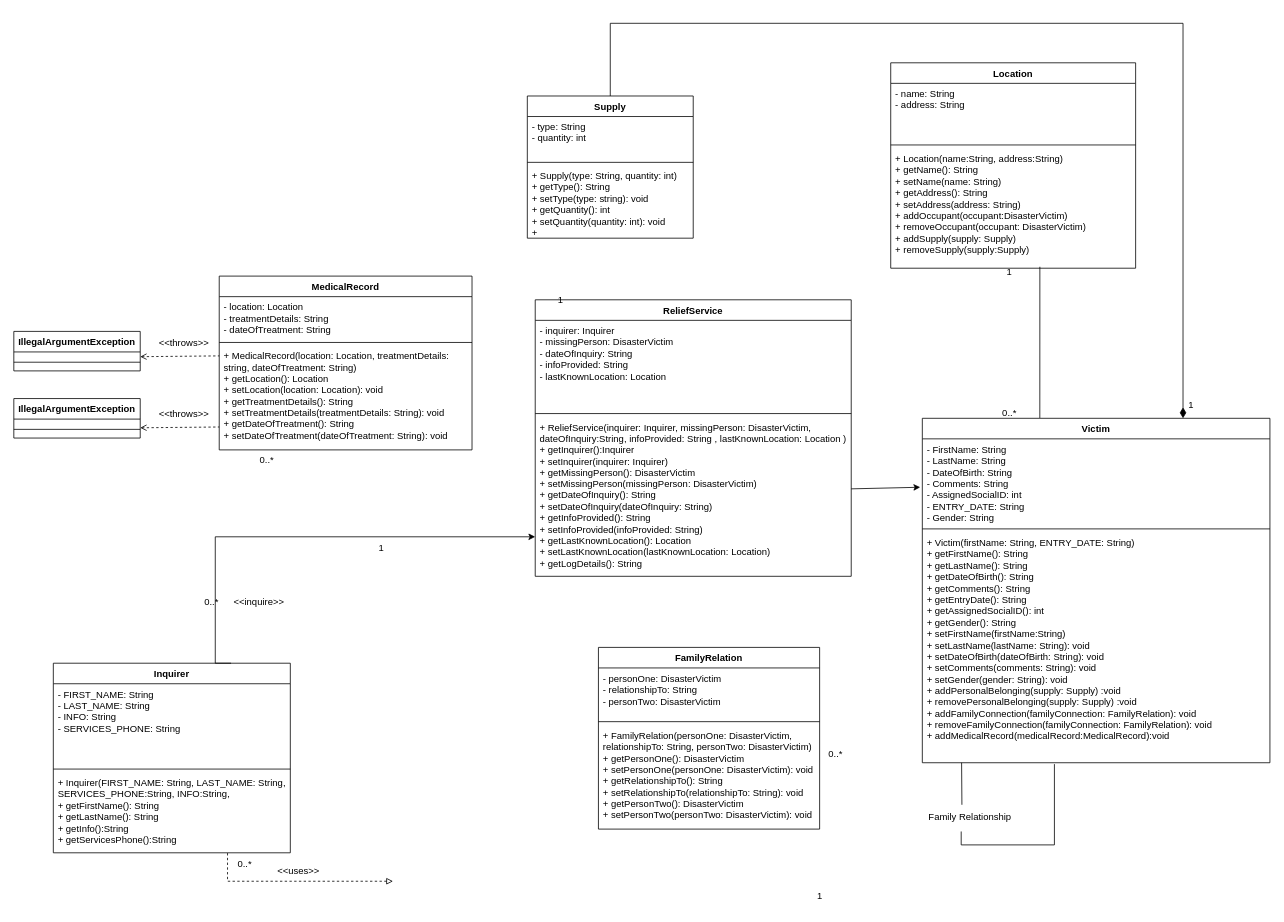
Before: Untitled Diagram.drawio in seanvpham/ENSF380, a draw.io diagram. Source tidied: cells renumbered, new cells numbered last; positions are measured from the earlier drawing's top-left corner, leaving out a move shared by most shapes. Both pictures are drawn from the tidied source at 79%, with x=0, y=0 at pixel (13, 23).
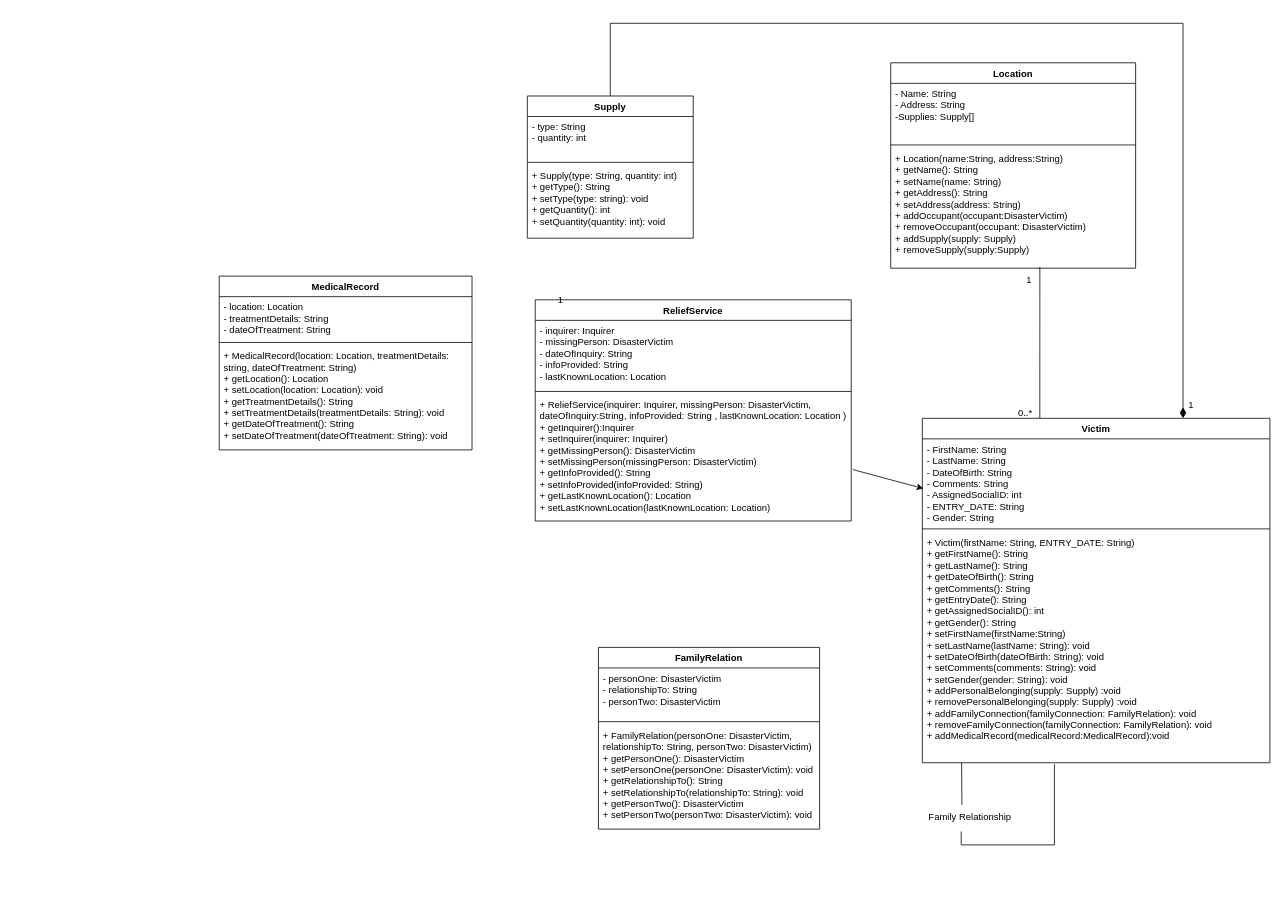
Above is the later version.

Unchanged cells that the change refers to:
```xml
<mxCell id="3" value="- FirstName: String&lt;br&gt;- LastName: String&lt;br&gt;- DateOfBirth: String&lt;br&gt;- Comments: String&lt;br&gt;- AssignedSocialID: int&lt;br&gt;- ENTRY_DATE: String&lt;div&gt;- Gender: String&lt;/div&gt;" style="text;strokeColor=none;fillColor=none;align=left;verticalAlign=top;spacingLeft=4;spacingRight=4;overflow=hidden;points=[[0,0.5],[1,0.5]];portConstraint=eastwest;whiteSpace=wrap;html=1;" parent="2" vertex="1">
  <mxGeometry y="26" width="440" height="110" as="geometry" />
</mxCell>
<mxCell id="14" value="Location" style="swimlane;fontStyle=1;align=center;verticalAlign=top;horizontal=1;startSize=26;whiteSpace=wrap;html=1;" parent="1" vertex="1">
  <mxGeometry x="1110" y="50" width="310" height="260" as="geometry" />
</mxCell>
<mxCell id="18" value="Supply" style="swimlane;fontStyle=1;align=center;verticalAlign=top;horizontal=1;startSize=26;whiteSpace=wrap;html=1;" parent="1" vertex="1">
  <mxGeometry x="650" y="92" width="210" height="180" as="geometry" />
</mxCell>
```

Change to the diagram source:
```diff
@@
     <mxCell id="10" value="ReliefService" style="swimlane;fontStyle=1;align=center;verticalAlign=top;horizontal=1;startSize=26;whiteSpace=wrap;html=1;" parent="1" vertex="1">
-      <mxGeometry x="660" y="350" width="400" height="350" as="geometry" />
+      <mxGeometry x="660" y="350" width="400" height="280" as="geometry" />
     </mxCell>
     <mxCell id="11" value="- inquirer: Inquirer&lt;br&gt;- missingPerson: DisasterVictim&lt;br&gt;- dateOfInquiry: String&lt;br&gt;- infoProvided: String&lt;br&gt;- lastKnownLocation: Location" style="text;strokeColor=none;fillColor=none;align=left;verticalAlign=top;spacingLeft=4;spacingRight=4;overflow=hidden;whiteSpace=wrap;html=1;" parent="10" vertex="1">
-      <mxGeometry y="26" width="400" height="114" as="geometry" />
+      <mxGeometry y="26" width="400" height="86" as="geometry" />
     </mxCell>
     <mxCell id="12" style="line;strokeWidth=1;fillColor=none;align=left;verticalAlign=middle;spacingTop=-1;spacingLeft=3;spacingRight=3;labelPosition=right;strokeColor=inherit;" parent="10" vertex="1">
-      <mxGeometry y="140" width="400" height="8" as="geometry" />
+      <mxGeometry y="112" width="400" height="8" as="geometry" />
     </mxCell>
-    <mxCell id="13" value="+ ReliefService(inquirer: Inquirer, missingPerson: DisasterVictim,&lt;br/&gt;dateOfInquiry:String, infoProvided: String , lastKnownLocation: Location )&lt;br/&gt;+ getInquirer():Inquirer&lt;br/&gt;+ setInquirer(inquirer: Inquirer)&lt;br/&gt;+ getMissingPerson(): DisasterVictim&lt;br/&gt;+ setMissingPerson(missingPerson: DisasterVictim)&lt;br/&gt;+ getDateOfInquiry(): String&lt;br/&gt;+ setDateOfInquiry(dateOfInquiry: String)&lt;br/&gt;+ getInfoProvided(): String&lt;br/&gt;+ setInfoProvided(infoProvided: String)&lt;br/&gt;+ getLastKnownLocation(): Location&lt;br/&gt;+ setLastKnownLocation(lastKnownLocation: Location)&lt;br/&gt;+ getLogDetails(): String" style="text;strokeColor=none;fillColor=none;align=left;verticalAlign=top;spacingLeft=4;spacingRight=4;overflow=hidden;points=[[0,0.5],[1,0.5]];portConstraint=eastwest;whiteSpace=wrap;html=1;" parent="10" vertex="1">
-      <mxGeometry y="148" width="400" height="202" as="geometry" />
+    <mxCell id="13" value="+ ReliefService(inquirer: Inquirer, missingPerson: DisasterVictim,&lt;br&gt;dateOfInquiry:String, infoProvided: String , lastKnownLocation: Location )&lt;br&gt;+ getInquirer():Inquirer&lt;br&gt;+ setInquirer(inquirer: Inquirer)&lt;br&gt;+ getMissingPerson(): DisasterVictim&lt;br&gt;+ setMissingPerson(missingPerson: DisasterVictim)&lt;br&gt;+ getInfoProvided(): String&lt;br&gt;+ setInfoProvided(infoProvided: String)&lt;br&gt;+ getLastKnownLocation(): Location&lt;br&gt;+ setLastKnownLocation(lastKnownLocation: Location)" style="text;strokeColor=none;fillColor=none;align=left;verticalAlign=top;spacingLeft=4;spacingRight=4;overflow=hidden;points=[[0,0.5],[1,0.5]];portConstraint=eastwest;whiteSpace=wrap;html=1;" parent="10" vertex="1">
+      <mxGeometry y="120" width="400" height="160" as="geometry" />
     </mxCell>
@@
-    <mxCell id="15" value="- name: String&lt;br&gt;- address: String&lt;br&gt;&lt;div&gt;&lt;br&gt;&lt;/div&gt;" style="text;strokeColor=none;fillColor=none;align=left;verticalAlign=top;spacingLeft=4;spacingRight=4;overflow=hidden;whiteSpace=wrap;html=1;" parent="14" vertex="1">
+    <mxCell id="15" value="- Name: String&lt;br&gt;- Address: String&lt;div&gt;-Supplies: Supply[]&lt;/div&gt;&lt;div&gt;&lt;br&gt;&lt;div&gt;&lt;br&gt;&lt;/div&gt;&lt;/div&gt;" style="text;strokeColor=none;fillColor=none;align=left;verticalAlign=top;spacingLeft=4;spacingRight=4;overflow=hidden;whiteSpace=wrap;html=1;" parent="14" vertex="1">
       <mxGeometry y="26" width="310" height="74" as="geometry" />
     </mxCell>
@@
-    <mxCell id="21" value="+ Supply(type: String, quantity: int)&lt;br&gt;+ getType(): String&lt;br&gt;+ setType(type: string): void&lt;br&gt;+ getQuantity(): int&lt;br&gt;+ setQuantity(quantity: int): void&lt;div&gt;+&lt;/div&gt;" style="text;strokeColor=none;fillColor=none;align=left;verticalAlign=top;spacingLeft=4;spacingRight=4;overflow=hidden;whiteSpace=wrap;html=1;" parent="18" vertex="1">
+    <mxCell id="21" value="+ Supply(type: String, quantity: int)&lt;br&gt;+ getType(): String&lt;br&gt;+ setType(type: string): void&lt;br&gt;+ getQuantity(): int&lt;br&gt;+ setQuantity(quantity: int): void" style="text;strokeColor=none;fillColor=none;align=left;verticalAlign=top;spacingLeft=4;spacingRight=4;overflow=hidden;whiteSpace=wrap;html=1;" parent="18" vertex="1">
       <mxGeometry y="88" width="210" height="92" as="geometry" />
     </mxCell>
-    <mxCell id="22" value="Inquirer" style="swimlane;fontStyle=1;align=center;verticalAlign=top;horizontal=1;startSize=26;whiteSpace=wrap;html=1;" parent="1" vertex="1">
-      <mxGeometry x="50" y="810" width="300" height="240" as="geometry" />
-    </mxCell>
-    <mxCell id="23" value="- FIRST_NAME: String&lt;br&gt;- LAST_NAME: String&lt;br&gt;- INFO: String&lt;br&gt;- SERVICES_PHONE: String" style="text;strokeColor=none;fillColor=none;align=left;verticalAlign=top;spacingLeft=4;spacingRight=4;overflow=hidden;whiteSpace=wrap;html=1;" parent="22" vertex="1">
-      <mxGeometry y="26" width="300" height="104" as="geometry" />
-    </mxCell>
-    <mxCell id="24" style="line;strokeWidth=1;fillColor=none;align=left;verticalAlign=middle;spacingTop=-1;spacingLeft=3;spacingRight=3;labelPosition=right;strokeColor=inherit;" parent="22" vertex="1">
-      <mxGeometry y="130" width="300" height="8" as="geometry" />
-    </mxCell>
-    <mxCell id="25" value="+ Inquirer(FIRST_NAME: String, LAST_NAME: String,&lt;br&gt;SERVICES_PHONE:String, INFO:String,&amp;nbsp;&lt;br&gt;+ getFirstName(): String&lt;br&gt;+ getLastName(): String&lt;br&gt;+ getInfo():String&lt;br&gt;+ getServicesPhone():String&lt;div&gt;&lt;div&gt;&lt;br&gt;&lt;/div&gt;&lt;div&gt;&lt;div&gt;&lt;font color=&quot;#ff8000&quot;&gt;&lt;br&gt;&lt;/font&gt;&lt;/div&gt;&lt;div&gt;&lt;br&gt;&lt;/div&gt;&lt;/div&gt;&lt;/div&gt;" style="text;strokeColor=none;fillColor=none;align=left;verticalAlign=top;spacingLeft=4;spacingRight=4;overflow=hidden;points=[[0,0.5],[1,0.5]];portConstraint=eastwest;whiteSpace=wrap;html=1;" parent="22" vertex="1">
-      <mxGeometry y="138" width="300" height="102" as="geometry" />
-    </mxCell>
@@
-    <mxCell id="30" value="IllegalArgumentException" style="swimlane;fontStyle=1;align=center;verticalAlign=top;horizontal=1;startSize=26;whiteSpace=wrap;html=1;" parent="1" vertex="1">
-      <mxGeometry y="390" width="160" height="50" as="geometry" />
-    </mxCell>
-    <mxCell id="31" value="&amp;nbsp;" style="text;strokeColor=none;fillColor=none;align=left;verticalAlign=top;spacingLeft=4;spacingRight=4;overflow=hidden;points=[[0,0.5],[1,0.5]];portConstraint=eastwest;whiteSpace=wrap;html=1;" parent="30" vertex="1">
-      <mxGeometry y="26" width="160" height="12" as="geometry" />
-    </mxCell>
-    <mxCell id="32" style="line;strokeWidth=1;fillColor=none;align=left;verticalAlign=middle;spacingTop=-1;spacingLeft=3;spacingRight=3;labelPosition=right;strokeColor=inherit;" parent="30" vertex="1">
-      <mxGeometry y="38" width="160" height="2" as="geometry" />
-    </mxCell>
-    <mxCell id="33" value="&amp;nbsp;" style="text;strokeColor=none;fillColor=none;align=left;verticalAlign=top;spacingLeft=4;spacingRight=4;overflow=hidden;whiteSpace=wrap;html=1;" parent="30" vertex="1">
-      <mxGeometry y="40" width="160" height="10" as="geometry" />
-    </mxCell>
-    <mxCell id="34" value="IllegalArgumentException" style="swimlane;fontStyle=1;align=center;verticalAlign=top;horizontal=1;startSize=26;whiteSpace=wrap;html=1;" parent="1" vertex="1">
-      <mxGeometry y="475" width="160" height="50" as="geometry" />
-    </mxCell>
-    <mxCell id="35" value="&amp;nbsp;" style="text;strokeColor=none;fillColor=none;align=left;verticalAlign=top;spacingLeft=4;spacingRight=4;overflow=hidden;whiteSpace=wrap;html=1;" parent="34" vertex="1">
-      <mxGeometry y="26" width="160" height="12" as="geometry" />
-    </mxCell>
-    <mxCell id="36" style="line;strokeWidth=1;fillColor=none;align=left;verticalAlign=middle;spacingTop=-1;spacingLeft=3;spacingRight=3;labelPosition=right;strokeColor=inherit;" parent="34" vertex="1">
-      <mxGeometry y="38" width="160" height="2" as="geometry" />
-    </mxCell>
-    <mxCell id="37" value="&amp;nbsp;" style="text;strokeColor=none;fillColor=none;align=left;verticalAlign=top;spacingLeft=4;spacingRight=4;overflow=hidden;whiteSpace=wrap;html=1;" parent="34" vertex="1">
-      <mxGeometry y="40" width="160" height="10" as="geometry" />
-    </mxCell>
@@
-    <mxCell id="39" style="endArrow=none;startArrow=classic;html=1;rounded=0;endFill=0;edgeStyle=orthogonalEdgeStyle;entryX=0.75;entryY=0;entryDx=0;entryDy=0;" parent="1" edge="1" source="13" target="22">
-      <mxGeometry relative="1" as="geometry">
-        <Array as="points">
-          <mxPoint x="255" y="650" />
-        </Array>
-      </mxGeometry>
-    </mxCell>
-    <mxCell id="40" value="&amp;lt;&amp;lt;inquire&amp;gt;&amp;gt;" style="text;html=1;align=center;verticalAlign=middle;strokeColor=none;fillColor=none;" parent="1" vertex="1">
-      <mxGeometry x="265" y="718" width="90" height="30" as="geometry" />
-    </mxCell>
-    <mxCell id="41" value="0..*" style="text;html=1;align=center;verticalAlign=middle;strokeColor=none;fillColor=none;" parent="1" vertex="1">
-      <mxGeometry x="230" y="718" width="40" height="30" as="geometry" />
-    </mxCell>
-    <mxCell id="42" value="1" style="text;html=1;align=center;verticalAlign=middle;strokeColor=none;fillColor=none;" parent="1" vertex="1">
-      <mxGeometry x="450" y="650" width="30" height="30" as="geometry" />
-    </mxCell>
-    <mxCell id="43" value="1" style="text;html=1;align=center;verticalAlign=middle;strokeColor=none;fillColor=none;" parent="1" vertex="1">
-      <mxGeometry x="1005" y="1090" width="30" height="30" as="geometry" />
-    </mxCell>
-    <mxCell id="44" value="0..*" style="text;html=1;align=center;verticalAlign=middle;strokeColor=none;fillColor=none;" parent="1" vertex="1">
-      <mxGeometry x="1020" y="910" width="40" height="30" as="geometry" />
-    </mxCell>
-    <mxCell id="45" style="endArrow=classic;html=1;rounded=0;entryX=-0.006;entryY=0.557;entryDx=0;entryDy=0;exitX=1;exitY=0.452;exitDx=0;exitDy=0;exitPerimeter=0;entryPerimeter=0;" parent="1" edge="1" source="13" target="3">
+    <mxCell id="45" style="endArrow=classic;html=1;rounded=0;entryX=0.003;entryY=0.572;entryDx=0;entryDy=0;exitX=1.005;exitY=0.593;exitDx=0;exitDy=0;exitPerimeter=0;entryPerimeter=0;" parent="1" edge="1" source="13" target="3">
       <mxGeometry relative="1" as="geometry" />
     </mxCell>
-    <mxCell id="46" style="endArrow=none;dashed=1;html=1;strokeWidth=1;rounded=0;elbow=vertical;exitX=1;exitY=0.5;exitDx=0;exitDy=0;startArrow=open;startFill=0;" parent="1" edge="1" source="31">
-      <mxGeometry relative="1" as="geometry">
-        <mxPoint x="260" y="421" as="targetPoint" />
-      </mxGeometry>
-    </mxCell>
-    <mxCell id="47" value="&amp;lt;&amp;lt;throws&amp;gt;&amp;gt;" style="text;html=1;align=center;verticalAlign=middle;strokeColor=none;fillColor=none;" parent="1" vertex="1">
-      <mxGeometry x="170" y="390" width="90" height="30" as="geometry" />
-    </mxCell>
-    <mxCell id="48" style="endArrow=none;dashed=1;html=1;strokeWidth=1;rounded=0;elbow=vertical;exitX=1;exitY=0.5;exitDx=0;exitDy=0;startArrow=open;startFill=0;" parent="1" edge="1">
-      <mxGeometry relative="1" as="geometry">
-        <mxPoint x="160" y="512" as="sourcePoint" />
-        <mxPoint x="260" y="511" as="targetPoint" />
-      </mxGeometry>
-    </mxCell>
-    <mxCell id="49" value="&amp;lt;&amp;lt;throws&amp;gt;&amp;gt;" style="text;html=1;align=center;verticalAlign=middle;strokeColor=none;fillColor=none;" parent="1" vertex="1">
-      <mxGeometry x="170" y="480" width="90" height="30" as="geometry" />
-    </mxCell>
-    <mxCell id="50" value="0..*" style="text;html=1;align=center;verticalAlign=middle;strokeColor=none;fillColor=none;" parent="1" vertex="1">
-      <mxGeometry x="300" y="538" width="40" height="30" as="geometry" />
-    </mxCell>
@@
     <mxCell id="54" value="1" style="text;html=1;align=center;verticalAlign=middle;strokeColor=none;fillColor=none;" parent="1" vertex="1">
-      <mxGeometry x="1245" y="300" width="30" height="30" as="geometry" />
+      <mxGeometry x="1270" y="310" width="30" height="30" as="geometry" />
     </mxCell>
     <mxCell id="55" value="0..*" style="text;html=1;align=center;verticalAlign=middle;strokeColor=none;fillColor=none;" parent="1" vertex="1">
-      <mxGeometry x="1240" y="478" width="40" height="30" as="geometry" />
+      <mxGeometry x="1260" y="478" width="40" height="30" as="geometry" />
     </mxCell>
-    <mxCell id="56" style="endArrow=none;dashed=1;html=1;rounded=0;startArrow=block;startFill=0;edgeStyle=orthogonalEdgeStyle;entryX=0.735;entryY=1.002;entryDx=0;entryDy=0;entryPerimeter=0;" parent="1" edge="1" target="25">
-      <mxGeometry relative="1" as="geometry">
-        <mxPoint x="480" y="1086" as="sourcePoint" />
-        <Array as="points">
-          <mxPoint x="271" y="1086" />
-        </Array>
-      </mxGeometry>
-    </mxCell>
-    <mxCell id="57" value="&amp;lt;&amp;lt;uses&amp;gt;&amp;gt;" style="text;html=1;align=center;verticalAlign=middle;strokeColor=none;fillColor=none;" parent="1" vertex="1">
-      <mxGeometry x="320" y="1058" width="80" height="30" as="geometry" />
-    </mxCell>
-    <mxCell id="58" value="0..*" style="text;html=1;align=center;verticalAlign=middle;strokeColor=none;fillColor=none;" parent="1" vertex="1">
-      <mxGeometry x="272" y="1050" width="40" height="30" as="geometry" />
-    </mxCell>
```
